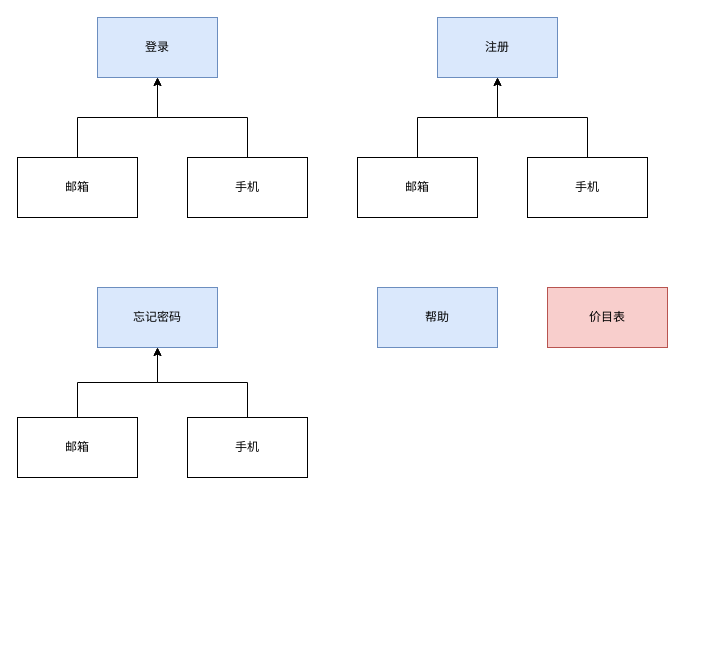
Earlier version of the draw.io diagram page "Home首页" (1 of 6) of notebook.drawio (goldmine/base). Source tidied: cells renumbered, new cells numbered last; positions are measured from the earlier drawing's top-left corner, leaving out a move shared by most shapes. Both pictures are drawn from the tidied source at 100%, with x=0, y=0 at pixel (17, 17).
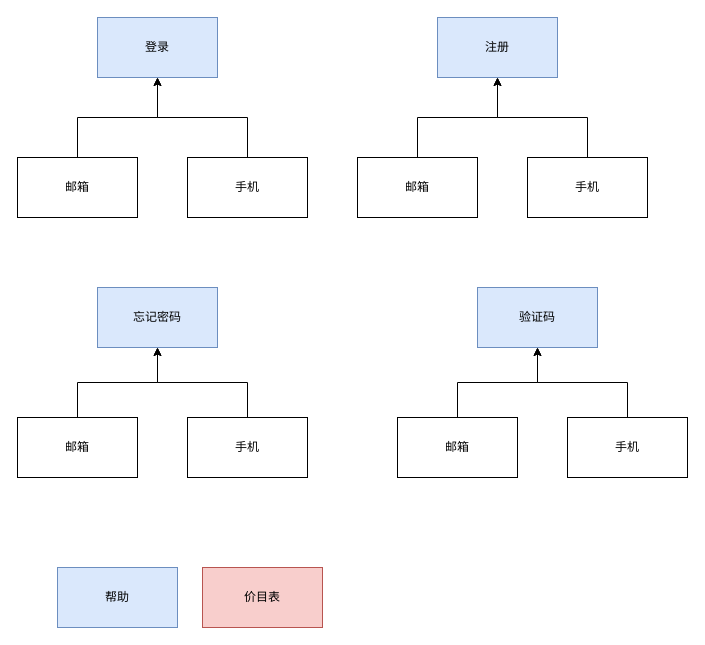
The same diagram, later.

What changed in the source:
```diff
@@
     <mxCell id="17" value="帮助" style="rounded=0;whiteSpace=wrap;html=1;fillColor=#dae8fc;strokeColor=#6c8ebf;" parent="1" vertex="1">
-      <mxGeometry x="360" y="270" width="120" height="60" as="geometry" />
+      <mxGeometry x="40" y="550" width="120" height="60" as="geometry" />
     </mxCell>
     <mxCell id="18" value="价目表" style="rounded=0;whiteSpace=wrap;html=1;fillColor=#f8cecc;strokeColor=#b85450;" parent="1" vertex="1">
-      <mxGeometry x="530" y="270" width="120" height="60" as="geometry" />
+      <mxGeometry x="185" y="550" width="120" height="60" as="geometry" />
     </mxCell>
+    <mxCell id="19" value="验证码" style="rounded=0;whiteSpace=wrap;html=1;fillColor=#dae8fc;strokeColor=#6c8ebf;" parent="1" vertex="1">
+      <mxGeometry x="460" y="270" width="120" height="60" as="geometry" />
+    </mxCell>
+    <mxCell id="20" style="edgeStyle=orthogonalEdgeStyle;rounded=0;jettySize=auto;html=1;entryX=0.5;entryY=1;entryDx=0;entryDy=0;" parent="1" edge="1" source="21" target="19">
+      <mxGeometry relative="1" as="geometry" />
+    </mxCell>
+    <mxCell id="21" value="邮箱" style="rounded=0;whiteSpace=wrap;html=1;" parent="1" vertex="1">
+      <mxGeometry x="380" y="400" width="120" height="60" as="geometry" />
+    </mxCell>
+    <mxCell id="22" style="edgeStyle=orthogonalEdgeStyle;rounded=0;jettySize=auto;html=1;entryX=0.5;entryY=1;entryDx=0;entryDy=0;" parent="1" edge="1" source="23" target="19">
+      <mxGeometry relative="1" as="geometry" />
+    </mxCell>
+    <mxCell id="23" value="手机" style="rounded=0;whiteSpace=wrap;html=1;" parent="1" vertex="1">
+      <mxGeometry x="550" y="400" width="120" height="60" as="geometry" />
+    </mxCell>
```
